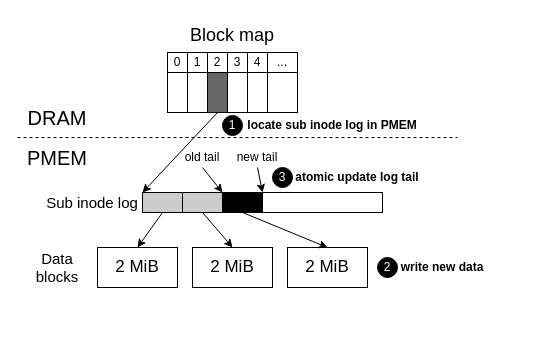
Icarusradio/Pictures keeps this draw.io diagram as NOVA/filewrite.drawio. Above is the earlier version. Source tidied: cells renumbered, new cells numbered last; positions are measured from the earlier drawing's top-left corner, leaving out a move shared by most shapes. Both pictures are drawn from the tidied source at 100%, with x=0, y=0 at pixel (17, 17).
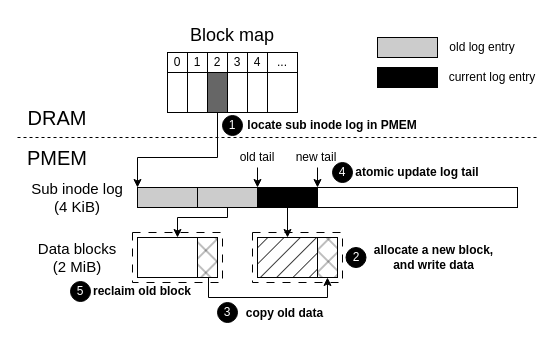
The same diagram, later.

Unchanged cells that the change refers to:
```xml
<mxCell id="13" style="rounded=0;whiteSpace=wrap;html=1;fillColor=#666666;" parent="1" vertex="1">
  <mxGeometry x="190" y="55" width="20" height="40" as="geometry" />
</mxCell>
```

The edit, as a diff of the source:
```diff
@@
     <mxCell id="2" style="endArrow=none;dashed=1;html=1;rounded=0;" parent="1" edge="1">
       <mxGeometry relative="1" as="geometry">
         <mxPoint y="120" as="sourcePoint" />
-        <mxPoint x="440" y="120" as="targetPoint" />
+        <mxPoint x="520" y="120" as="targetPoint" />
       </mxGeometry>
     </mxCell>
@@
     <mxCell id="17" style="rounded=0;whiteSpace=wrap;html=1;fillColor=#CCCCCC;" parent="1" vertex="1">
-      <mxGeometry x="125" y="175" width="40" height="20" as="geometry" />
+      <mxGeometry x="120" y="170" width="60" height="20" as="geometry" />
     </mxCell>
-    <mxCell id="18" style="rounded=0;whiteSpace=wrap;html=1;fillColor=#CCCCCC;" parent="1" vertex="1">
-      <mxGeometry x="165" y="175" width="40" height="20" as="geometry" />
-    </mxCell>
     <mxCell id="19" style="rounded=0;whiteSpace=wrap;html=1;fillColor=#000000;" parent="1" vertex="1">
-      <mxGeometry x="205" y="175" width="40" height="20" as="geometry" />
+      <mxGeometry x="240" y="170" width="60" height="20" as="geometry" />
     </mxCell>
     <mxCell id="20" style="rounded=0;whiteSpace=wrap;html=1;" parent="1" vertex="1">
-      <mxGeometry x="245" y="175" width="120" height="20" as="geometry" />
+      <mxGeometry x="300" y="170" width="200" height="20" as="geometry" />
     </mxCell>
-    <mxCell id="21" style="endArrow=classic;html=1;rounded=0;exitX=0.5;exitY=1;exitDx=0;exitDy=0;entryX=0;entryY=0;entryDx=0;entryDy=0;" parent="1" edge="1" source="13" target="17">
-      <mxGeometry relative="1" as="geometry" />
-    </mxCell>
-    <mxCell id="22" value="&lt;font style=&quot;font-size: 15px;&quot;&gt;Sub inode log&lt;/font&gt;" style="rounded=0;whiteSpace=wrap;html=1;fillColor=none;strokeColor=none;" parent="1" vertex="1">
-      <mxGeometry x="15" y="175" width="120" height="20" as="geometry" />
+    <mxCell id="22" value="&lt;font style=&quot;font-size: 15px;&quot;&gt;Sub inode log&lt;/font&gt;&lt;div&gt;&lt;font style=&quot;font-size: 15px;&quot;&gt;(4 KiB)&lt;/font&gt;&lt;/div&gt;" style="rounded=0;whiteSpace=wrap;html=1;fillColor=none;strokeColor=none;" parent="1" vertex="1">
+      <mxGeometry y="157.5" width="120" height="45" as="geometry" />
     </mxCell>
     <mxCell id="23" value="&lt;font style=&quot;font-size: 12px;&quot;&gt;old tail&lt;/font&gt;" style="rounded=0;whiteSpace=wrap;html=1;fillColor=none;strokeColor=none;" parent="1" vertex="1">
-      <mxGeometry x="165" y="130" width="40" height="20" as="geometry" />
+      <mxGeometry x="220" y="130" width="40" height="20" as="geometry" />
     </mxCell>
+    <mxCell id="41" style="edgeStyle=orthogonalEdgeStyle;rounded=0;jettySize=auto;html=1;exitX=0.5;exitY=1;exitDx=0;exitDy=0;entryX=1;entryY=0;entryDx=0;entryDy=0;" parent="1" edge="1" target="19">
+      <mxGeometry relative="1" as="geometry">
+        <mxPoint x="300" y="150" as="sourcePoint" />
+      </mxGeometry>
+    </mxCell>
     <mxCell id="24" value="&lt;font style=&quot;font-size: 12px;&quot;&gt;new tail&lt;/font&gt;" style="rounded=0;whiteSpace=wrap;html=1;fillColor=none;strokeColor=none;" parent="1" vertex="1">
-      <mxGeometry x="215" y="130" width="50" height="20" as="geometry" />
+      <mxGeometry x="274" y="130" width="50" height="20" as="geometry" />
     </mxCell>
-    <mxCell id="25" style="endArrow=classic;html=1;rounded=0;entryX=0;entryY=0;entryDx=0;entryDy=0;exitX=0.5;exitY=1;exitDx=0;exitDy=0;" parent="1" edge="1" source="23" target="19">
-      <mxGeometry relative="1" as="geometry" />
-    </mxCell>
-    <mxCell id="26" style="endArrow=classic;html=1;rounded=0;exitX=0.5;exitY=1;exitDx=0;exitDy=0;entryX=0;entryY=0;entryDx=0;entryDy=0;" parent="1" edge="1" source="24" target="20">
-      <mxGeometry relative="1" as="geometry" />
-    </mxCell>
-    <mxCell id="27" value="&lt;font style=&quot;font-size: 17px;&quot;&gt;2 MiB&lt;/font&gt;" style="rounded=0;whiteSpace=wrap;html=1;fillColor=none;" parent="1" vertex="1">
-      <mxGeometry x="80" y="230" width="80" height="40" as="geometry" />
-    </mxCell>
-    <mxCell id="28" style="endArrow=classic;html=1;rounded=0;exitX=0.5;exitY=1;exitDx=0;exitDy=0;entryX=0.5;entryY=0;entryDx=0;entryDy=0;" parent="1" edge="1" source="17" target="27">
-      <mxGeometry relative="1" as="geometry" />
-    </mxCell>
-    <mxCell id="29" style="endArrow=classic;html=1;rounded=0;exitX=0.5;exitY=1;exitDx=0;exitDy=0;entryX=0.5;entryY=0;entryDx=0;entryDy=0;" parent="1" edge="1" source="18" target="37">
-      <mxGeometry relative="1" as="geometry" />
-    </mxCell>
-    <mxCell id="30" style="endArrow=classic;html=1;rounded=0;exitX=0.5;exitY=1;exitDx=0;exitDy=0;entryX=0.5;entryY=0;entryDx=0;entryDy=0;" parent="1" edge="1" source="19" target="38">
-      <mxGeometry relative="1" as="geometry" />
-    </mxCell>
@@
-    <mxCell id="32" value="&lt;font style=&quot;font-size: 15px;&quot;&gt;Data blocks&lt;/font&gt;" style="rounded=0;whiteSpace=wrap;html=1;fillColor=none;strokeColor=none;" parent="1" vertex="1">
-      <mxGeometry y="230" width="80" height="40" as="geometry" />
+    <mxCell id="32" value="&lt;font style=&quot;font-size: 15px;&quot;&gt;Data blocks&lt;/font&gt;&lt;div&gt;&lt;font style=&quot;font-size: 15px;&quot;&gt;(2 MiB)&lt;/font&gt;&lt;/div&gt;" style="rounded=0;whiteSpace=wrap;html=1;fillColor=none;strokeColor=none;" parent="1" vertex="1">
+      <mxGeometry x="15" y="220" width="90" height="40" as="geometry" />
     </mxCell>
@@
     <mxCell id="34" value="&lt;font color=&quot;#ffffff&quot;&gt;2&lt;/font&gt;" style="ellipse;whiteSpace=wrap;html=1;fillColor=#000000;" parent="1" vertex="1">
-      <mxGeometry x="360" y="240" width="20" height="20" as="geometry" />
+      <mxGeometry x="328.5" y="230" width="20" height="20" as="geometry" />
     </mxCell>
-    <mxCell id="35" value="&lt;font color=&quot;#ffffff&quot;&gt;3&lt;/font&gt;" style="ellipse;whiteSpace=wrap;html=1;fillColor=#000000;" parent="1" vertex="1">
-      <mxGeometry x="255" y="150" width="20" height="20" as="geometry" />
+    <mxCell id="35" value="&lt;font color=&quot;#ffffff&quot;&gt;4&lt;/font&gt;" style="ellipse;whiteSpace=wrap;html=1;fillColor=#000000;" parent="1" vertex="1">
+      <mxGeometry x="315" y="145" width="20" height="20" as="geometry" />
     </mxCell>
@@
-    <mxCell id="37" value="&lt;font style=&quot;font-size: 17px;&quot;&gt;2 MiB&lt;/font&gt;" style="rounded=0;whiteSpace=wrap;html=1;fillColor=none;" parent="1" vertex="1">
-      <mxGeometry x="175" y="230" width="80" height="40" as="geometry" />
-    </mxCell>
-    <mxCell id="38" value="&lt;font style=&quot;font-size: 17px;&quot;&gt;2 MiB&lt;/font&gt;" style="rounded=0;whiteSpace=wrap;html=1;fillColor=none;" parent="1" vertex="1">
-      <mxGeometry x="270" y="230" width="80" height="40" as="geometry" />
-    </mxCell>
     <mxCell id="39" value="&lt;b&gt;atomic update log tail&lt;/b&gt;" style="rounded=0;whiteSpace=wrap;html=1;fillColor=none;strokeColor=none;" parent="1" vertex="1">
-      <mxGeometry x="275" y="151" width="130" height="18" as="geometry" />
+      <mxGeometry x="335" y="146" width="130" height="18" as="geometry" />
     </mxCell>
-    <mxCell id="40" value="&lt;b&gt;write new data&lt;/b&gt;" style="rounded=0;whiteSpace=wrap;html=1;fillColor=none;strokeColor=none;" parent="1" vertex="1">
-      <mxGeometry x="380" y="241" width="90" height="18" as="geometry" />
+    <mxCell id="40" value="&lt;b&gt;allocate a new block,&lt;/b&gt;&lt;div&gt;&lt;b&gt;and write data&lt;/b&gt;&lt;/div&gt;" style="rounded=0;whiteSpace=wrap;html=1;fillColor=none;strokeColor=none;" parent="1" vertex="1">
+      <mxGeometry x="351.5" y="231" width="128.5" height="18" as="geometry" />
     </mxCell>
+    <mxCell id="42" style="rounded=0;whiteSpace=wrap;html=1;fillColor=#CCCCCC;" parent="1" vertex="1">
+      <mxGeometry x="180" y="170" width="60" height="20" as="geometry" />
+    </mxCell>
+    <mxCell id="43" style="endArrow=classic;html=1;rounded=0;exitX=0.5;exitY=1;exitDx=0;exitDy=0;entryX=0;entryY=0;entryDx=0;entryDy=0;" parent="1" edge="1" target="19">
+      <mxGeometry relative="1" as="geometry">
+        <mxPoint x="240" y="150" as="sourcePoint" />
+      </mxGeometry>
+    </mxCell>
+    <mxCell id="44" style="endArrow=classic;html=1;rounded=0;entryX=0;entryY=0;entryDx=0;entryDy=0;" parent="1" edge="1" target="17">
+      <mxGeometry relative="1" as="geometry">
+        <mxPoint x="120" y="140" as="sourcePoint" />
+      </mxGeometry>
+    </mxCell>
+    <mxCell id="45" style="endArrow=none;html=1;rounded=0;" parent="1" edge="1">
+      <mxGeometry relative="1" as="geometry">
+        <mxPoint x="120" y="140" as="sourcePoint" />
+        <mxPoint x="200" y="140" as="targetPoint" />
+      </mxGeometry>
+    </mxCell>
+    <mxCell id="46" style="endArrow=none;html=1;rounded=0;exitX=0.5;exitY=1;exitDx=0;exitDy=0;" parent="1" edge="1" source="13">
+      <mxGeometry relative="1" as="geometry">
+        <mxPoint x="200" y="140" as="targetPoint" />
+      </mxGeometry>
+    </mxCell>
+    <mxCell id="47" style="whiteSpace=wrap;html=1;fillColor=#000000;fillStyle=hatch;" parent="1" vertex="1">
+      <mxGeometry x="240" y="220" width="60" height="40" as="geometry" />
+    </mxCell>
+    <mxCell id="48" style="whiteSpace=wrap;html=1;fillColor=#000000;fillStyle=cross-hatch;" parent="1" vertex="1">
+      <mxGeometry x="300" y="220" width="20" height="40" as="geometry" />
+    </mxCell>
+    <mxCell id="49" style="whiteSpace=wrap;html=1;fillColor=none;fillStyle=auto;" parent="1" vertex="1">
+      <mxGeometry x="120" y="220" width="60" height="40" as="geometry" />
+    </mxCell>
+    <mxCell id="50" style="whiteSpace=wrap;html=1;fillColor=#000000;fillStyle=cross-hatch;" parent="1" vertex="1">
+      <mxGeometry x="180" y="220" width="20" height="40" as="geometry" />
+    </mxCell>
+    <mxCell id="51" style="endArrow=none;html=1;rounded=0;" parent="1" edge="1">
+      <mxGeometry relative="1" as="geometry">
+        <mxPoint x="160" y="200" as="sourcePoint" />
+        <mxPoint x="210" y="200" as="targetPoint" />
+      </mxGeometry>
+    </mxCell>
+    <mxCell id="52" style="rounded=0;whiteSpace=wrap;html=1;fillColor=none;strokeColor=none;" parent="1" vertex="1">
+      <mxGeometry x="120" y="220" width="80" height="40" as="geometry" />
+    </mxCell>
+    <mxCell id="53" style="endArrow=classic;html=1;rounded=0;entryX=0.5;entryY=0;entryDx=0;entryDy=0;" parent="1" edge="1" target="52">
+      <mxGeometry relative="1" as="geometry">
+        <mxPoint x="160" y="200" as="sourcePoint" />
+      </mxGeometry>
+    </mxCell>
+    <mxCell id="54" style="endArrow=none;html=1;rounded=0;entryX=0.5;entryY=1;entryDx=0;entryDy=0;" parent="1" edge="1" target="42">
+      <mxGeometry relative="1" as="geometry">
+        <mxPoint x="210" y="200" as="sourcePoint" />
+      </mxGeometry>
+    </mxCell>
+    <mxCell id="55" style="rounded=0;whiteSpace=wrap;html=1;fillColor=none;strokeColor=none;" parent="1" vertex="1">
+      <mxGeometry x="240" y="220" width="80" height="40" as="geometry" />
+    </mxCell>
+    <mxCell id="56" style="endArrow=classic;html=1;rounded=0;exitX=0.5;exitY=1;exitDx=0;exitDy=0;entryX=0.375;entryY=0;entryDx=0;entryDy=0;entryPerimeter=0;" parent="1" edge="1" source="19" target="55">
+      <mxGeometry relative="1" as="geometry" />
+    </mxCell>
+    <mxCell id="57" style="rounded=0;whiteSpace=wrap;html=1;fillColor=none;dashed=1;dashPattern=8 8;" parent="1" vertex="1">
+      <mxGeometry x="235" y="215" width="90" height="50" as="geometry" />
+    </mxCell>
+    <mxCell id="58" style="endArrow=none;html=1;rounded=0;" parent="1" edge="1">
+      <mxGeometry relative="1" as="geometry">
+        <mxPoint x="191" y="260" as="sourcePoint" />
+        <mxPoint x="191" y="280" as="targetPoint" />
+      </mxGeometry>
+    </mxCell>
+    <mxCell id="59" style="endArrow=none;html=1;rounded=0;" parent="1" edge="1">
+      <mxGeometry relative="1" as="geometry">
+        <mxPoint x="191" y="280" as="sourcePoint" />
+        <mxPoint x="310" y="280" as="targetPoint" />
+      </mxGeometry>
+    </mxCell>
+    <mxCell id="60" style="endArrow=classic;html=1;rounded=0;entryX=0.833;entryY=0.9;entryDx=0;entryDy=0;entryPerimeter=0;" parent="1" edge="1" target="57">
+      <mxGeometry relative="1" as="geometry">
+        <mxPoint x="310" y="280" as="sourcePoint" />
+      </mxGeometry>
+    </mxCell>
+    <mxCell id="61" value="&lt;font color=&quot;#ffffff&quot;&gt;3&lt;/font&gt;" style="ellipse;whiteSpace=wrap;html=1;fillColor=#000000;" parent="1" vertex="1">
+      <mxGeometry x="200" y="285" width="20" height="20" as="geometry" />
+    </mxCell>
+    <mxCell id="62" value="&lt;b&gt;copy old data&lt;/b&gt;" style="rounded=0;whiteSpace=wrap;html=1;fillColor=none;strokeColor=none;" parent="1" vertex="1">
+      <mxGeometry x="225" y="287" width="85" height="18" as="geometry" />
+    </mxCell>
+    <mxCell id="63" style="rounded=0;whiteSpace=wrap;html=1;fillColor=none;dashed=1;dashPattern=8 8;" parent="1" vertex="1">
+      <mxGeometry x="115" y="215" width="90" height="50" as="geometry" />
+    </mxCell>
+    <mxCell id="64" value="&lt;font color=&quot;#ffffff&quot;&gt;5&lt;/font&gt;" style="ellipse;whiteSpace=wrap;html=1;fillColor=#000000;" parent="1" vertex="1">
+      <mxGeometry x="53" y="264" width="20" height="20" as="geometry" />
+    </mxCell>
+    <mxCell id="65" value="&lt;b&gt;reclaim old block&lt;/b&gt;" style="rounded=0;whiteSpace=wrap;html=1;fillColor=none;strokeColor=none;rotation=0;" parent="1" vertex="1">
+      <mxGeometry x="70" y="265" width="110" height="18" as="geometry" />
+    </mxCell>
+    <mxCell id="66" style="rounded=0;whiteSpace=wrap;html=1;fillColor=#CCCCCC;" parent="1" vertex="1">
+      <mxGeometry x="360" y="20" width="60" height="20" as="geometry" />
+    </mxCell>
+    <mxCell id="67" style="rounded=0;whiteSpace=wrap;html=1;fillColor=#000000;" parent="1" vertex="1">
+      <mxGeometry x="360" y="50" width="60" height="20" as="geometry" />
+    </mxCell>
+    <mxCell id="68" value="&lt;font style=&quot;font-size: 12px;&quot;&gt;old log entry&lt;/font&gt;" style="rounded=0;whiteSpace=wrap;html=1;fillColor=none;strokeColor=none;" parent="1" vertex="1">
+      <mxGeometry x="430" y="20" width="70" height="20" as="geometry" />
+    </mxCell>
+    <mxCell id="69" value="&lt;font style=&quot;font-size: 12px;&quot;&gt;current log entry&lt;/font&gt;" style="rounded=0;whiteSpace=wrap;html=1;fillColor=none;strokeColor=none;" parent="1" vertex="1">
+      <mxGeometry x="430" y="50" width="90" height="20" as="geometry" />
+    </mxCell>
```
